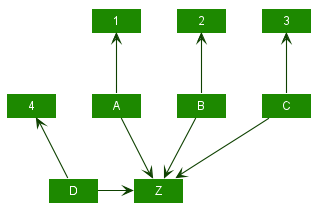
se-edu/addressbook-level4 keeps this PlantUML diagram as docs/images/plantuml/UpAndDown.png. Above is the earlier version.
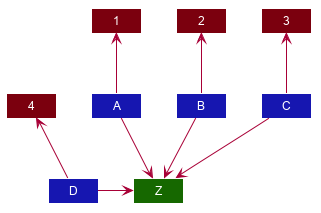
Later version of the same file.

What changed in the source:
```diff
@@ -44,22 +44,26 @@
 hide footbox
 hide members
 hide circle
-skinparam arrowThickness 1.1
-skinparam arrowColor #0E4100
-skinparam classBackgroundColor #1D8900
 
-Class A
+Class A #1616B0
+Class B #1616B0
+Class C #1616B0
+Class D #1616B0
+
+Class 1 #7B000E
+Class 2 #7B000E
+Class 3 #7B000E
+Class 4 #7B000E
+
+Class Z #166800
 
 A --> Z
 B -down-> Z
 C -d-> Z
 D -down> Z
 
-
-A -u-> 1
-B -u-> 2
-C -u-> 3
-D -u-> 4
-
-
+A -up-> 1
+B -up-> 2
+C -up-> 3
+D -up-> 4
 @enduml
```
